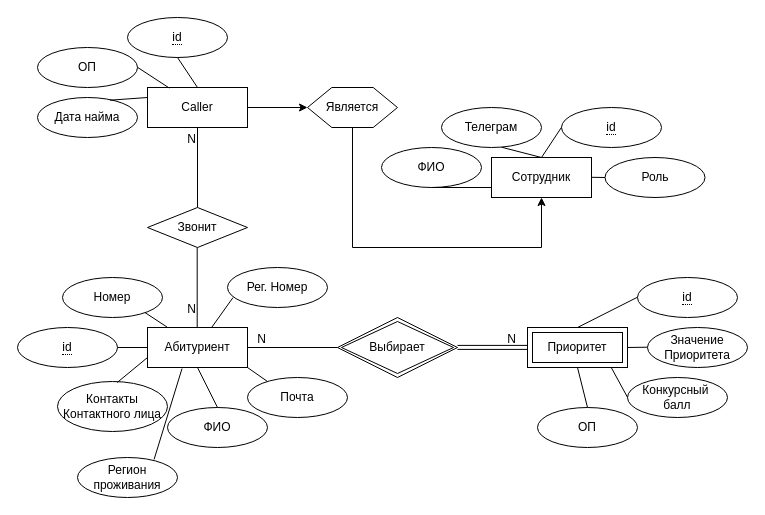
DmitriyShalashov/Diagrams keeps this draw.io diagram as Предварительная схема БД.drawio. Above is the earlier version. Source tidied: cells renumbered, new cells numbered last; positions are measured from the earlier drawing's top-left corner, leaving out a move shared by most shapes. Both pictures are drawn from the tidied source at 100%, with x=0, y=0 at pixel (17, 17).
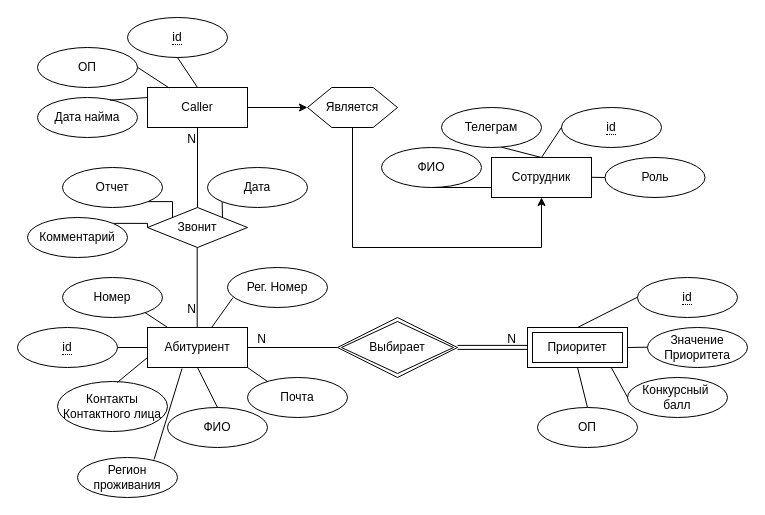
The same page after the edit.

Unchanged cells that the change refers to:
```xml
<mxCell id="4" value="Звонит" style="shape=rhombus;perimeter=rhombusPerimeter;whiteSpace=wrap;html=1;align=center;" parent="1" vertex="1">
  <mxGeometry x="130" y="190" width="100" height="40" as="geometry" />
</mxCell>
```

The edit, as a diff of the source:
```diff
@@
+    <mxCell id="58" style="edgeStyle=orthogonalEdgeStyle;rounded=0;jettySize=auto;html=1;exitX=1;exitY=0;exitDx=0;exitDy=0;entryX=0;entryY=0.5;entryDx=0;entryDy=0;endArrow=none;endFill=0;" parent="1" edge="1" source="59" target="4">
+      <mxGeometry relative="1" as="geometry" />
+    </mxCell>
+    <mxCell id="59" value="Комментарий" style="ellipse;whiteSpace=wrap;html=1;align=center;" parent="1" vertex="1">
+      <mxGeometry x="10" y="200" width="100" height="40" as="geometry" />
+    </mxCell>
+    <mxCell id="60" style="edgeStyle=orthogonalEdgeStyle;rounded=0;jettySize=auto;html=1;exitX=1;exitY=1;exitDx=0;exitDy=0;entryX=0;entryY=0;entryDx=0;entryDy=0;endArrow=none;endFill=0;" parent="1" edge="1" source="61" target="4">
+      <mxGeometry relative="1" as="geometry" />
+    </mxCell>
+    <mxCell id="61" value="Отчет" style="ellipse;whiteSpace=wrap;html=1;align=center;" parent="1" vertex="1">
+      <mxGeometry x="45" y="150" width="100" height="40" as="geometry" />
+    </mxCell>
+    <mxCell id="62" style="edgeStyle=orthogonalEdgeStyle;rounded=0;jettySize=auto;html=1;exitX=0;exitY=1;exitDx=0;exitDy=0;entryX=1;entryY=0;entryDx=0;entryDy=0;endArrow=none;endFill=0;" parent="1" edge="1" source="63" target="4">
+      <mxGeometry relative="1" as="geometry" />
+    </mxCell>
+    <mxCell id="63" value="Дата" style="ellipse;whiteSpace=wrap;html=1;align=center;" parent="1" vertex="1">
+      <mxGeometry x="190" y="150" width="100" height="40" as="geometry" />
+    </mxCell>
```
